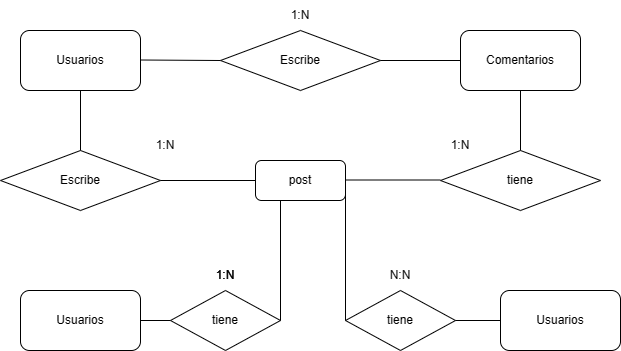
Above: Diagrama Platziblog.drawio.png in LaZaRoMoNzOn1580/PlatziBlog (draw.io), before the change. Source tidied: cells renumbered, new cells last; positions are measured from the earlier drawing's top-left corner, leaving out a move shared by most shapes.
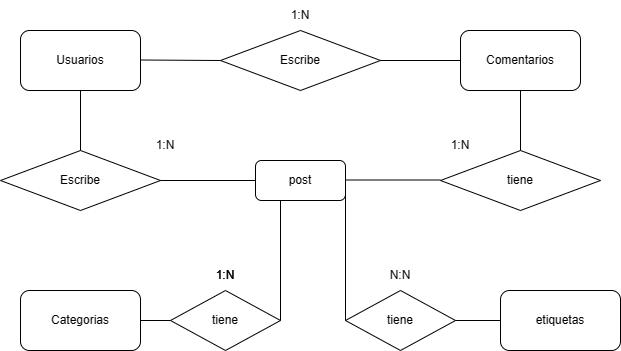
The same diagram one commit later.

Diff of the diagram source:
```diff
@@ -20,10 +20,10 @@
     <mxCell id="7" value="post" style="rounded=1;whiteSpace=wrap;html=1;" parent="1" vertex="1">
       <mxGeometry x="255" y="160" width="90" height="40" as="geometry" />
     </mxCell>
-    <mxCell id="8" value="Usuarios&lt;br&gt;" style="rounded=1;whiteSpace=wrap;html=1;" parent="1" vertex="1">
+    <mxCell id="8" value="Categorias" style="rounded=1;whiteSpace=wrap;html=1;" parent="1" vertex="1">
       <mxGeometry x="20" y="290" width="120" height="60" as="geometry" />
     </mxCell>
-    <mxCell id="9" value="Usuarios&lt;br&gt;" style="rounded=1;whiteSpace=wrap;html=1;" parent="1" vertex="1">
+    <mxCell id="9" value="etiquetas&lt;br&gt;" style="rounded=1;whiteSpace=wrap;html=1;" parent="1" vertex="1">
       <mxGeometry x="500" y="290" width="120" height="60" as="geometry" />
     </mxCell>
     <mxCell id="10" style="endArrow=none;html=1;rounded=0;exitX=0.5;exitY=0;exitDx=0;exitDy=0;entryX=0.5;entryY=1;entryDx=0;entryDy=0;" parent="1" edge="1" source="3" target="2">
```
